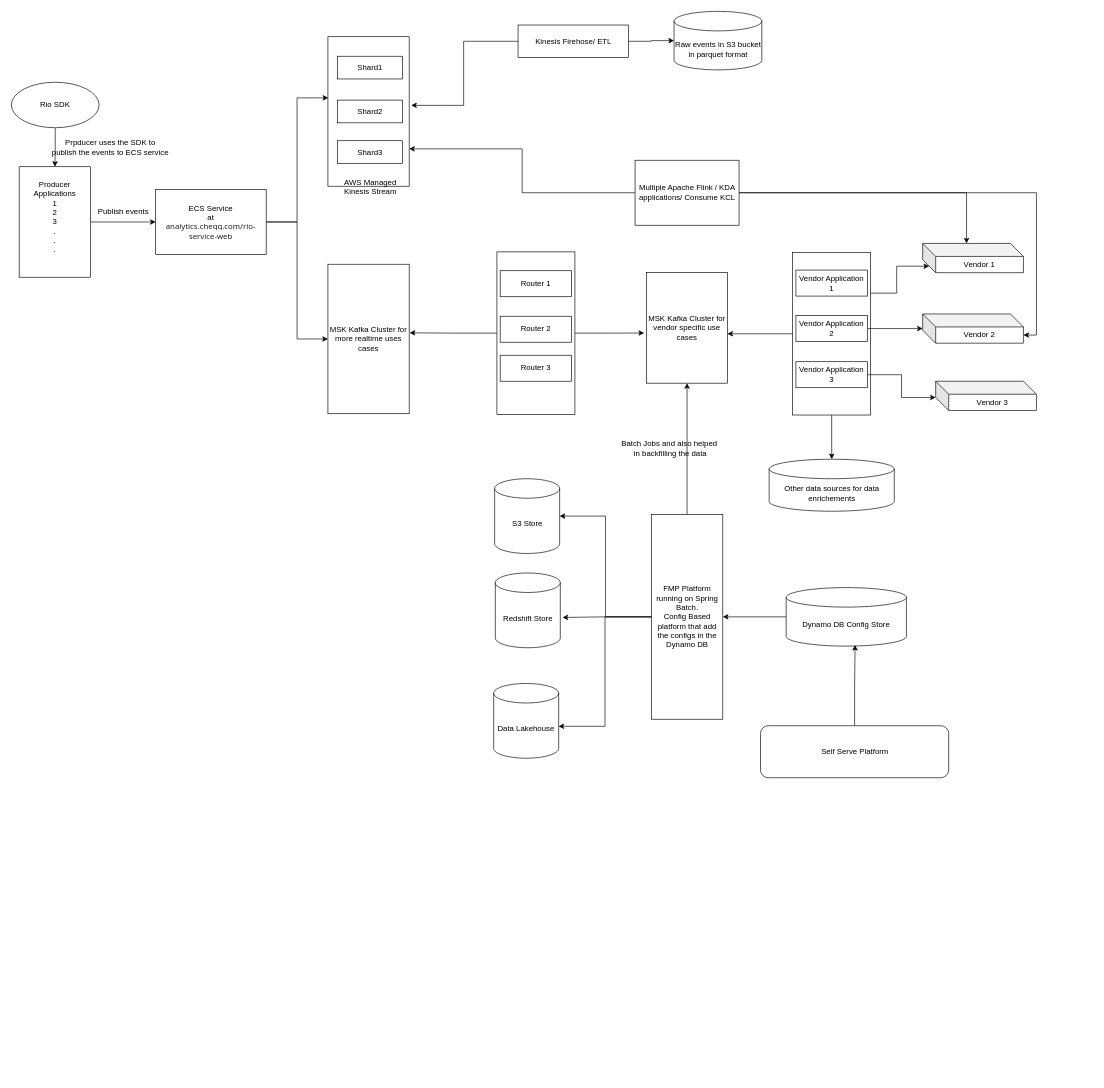
anshul1790/system-design-playground keeps this draw.io diagram as WebsiteActivityTrackingSystem.drawio. Above is the earlier version. Source tidied: cells renumbered, new cells numbered last; positions are measured from the earlier drawing's top-left corner, leaving out a move shared by most shapes. Both pictures are drawn from the tidied source at 65%, with x=0, y=0 at pixel (11, 11).
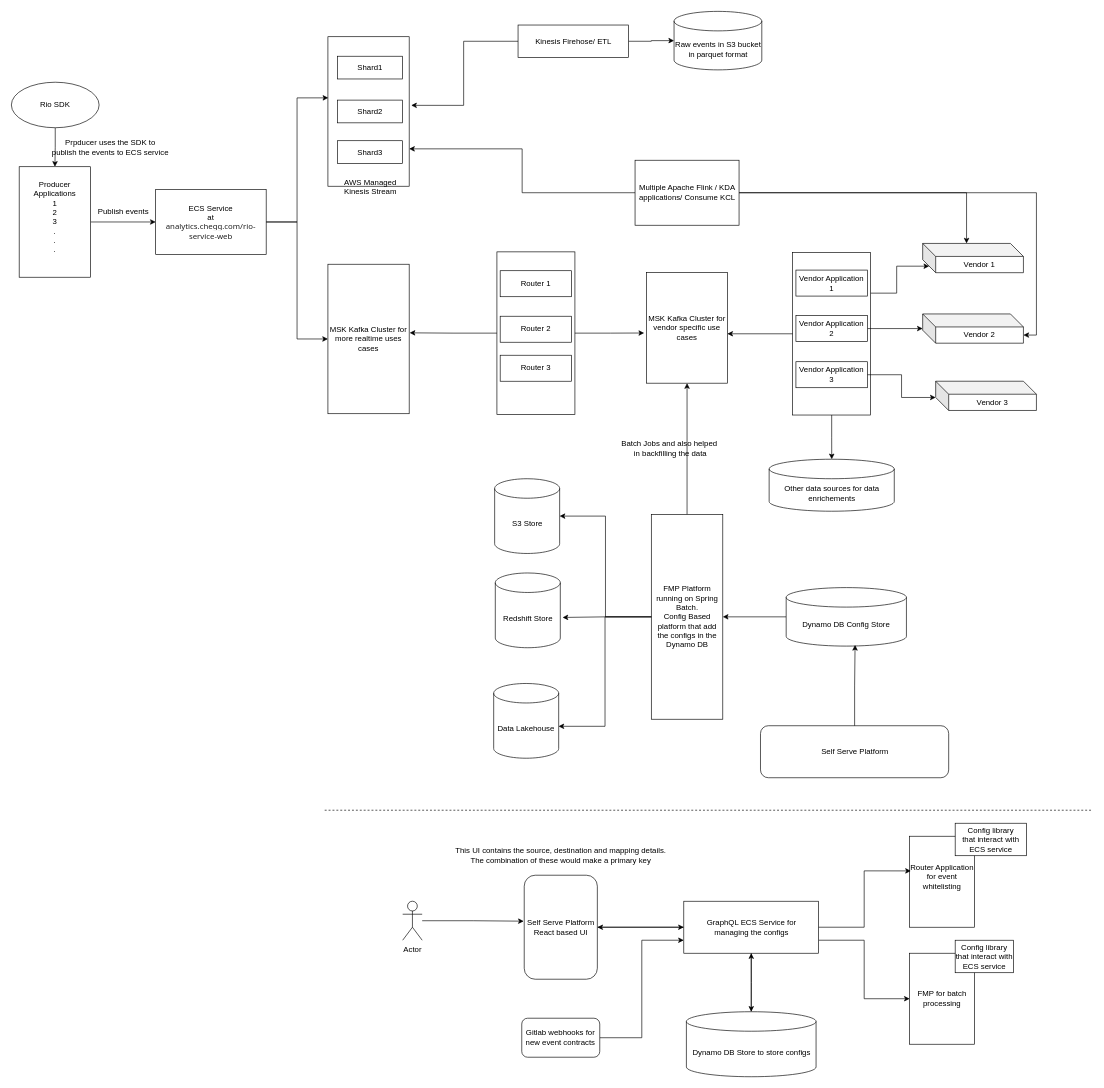
The same page after the edit.

The edit, as a diff of the source:
```diff
@@
+    <mxCell id="58" style="endArrow=none;dashed=1;html=1;rounded=0;" parent="1" edge="1">
+      <mxGeometry relative="1" as="geometry">
+        <mxPoint x="482" y="1229" as="sourcePoint" />
+        <mxPoint x="1662" y="1229" as="targetPoint" />
+      </mxGeometry>
+    </mxCell>
+    <mxCell id="59" value="Actor" style="shape=umlActor;verticalLabelPosition=bottom;verticalAlign=top;html=1;outlineConnect=0;" parent="1" vertex="1">
+      <mxGeometry x="602" y="1369" width="30" height="60" as="geometry" />
+    </mxCell>
+    <mxCell id="60" style="edgeStyle=orthogonalEdgeStyle;rounded=0;jettySize=auto;html=1;entryX=0;entryY=0.5;entryDx=0;entryDy=0;" parent="1" edge="1" source="61" target="64">
+      <mxGeometry relative="1" as="geometry" />
+    </mxCell>
+    <mxCell id="61" value="Self Serve Platform&lt;div&gt;React based UI&lt;/div&gt;" style="rounded=1;whiteSpace=wrap;html=1;" parent="1" vertex="1">
+      <mxGeometry x="789" y="1329" width="112.5" height="160" as="geometry" />
+    </mxCell>
+    <mxCell id="62" style="edgeStyle=orthogonalEdgeStyle;rounded=0;jettySize=auto;html=1;entryX=1;entryY=0.5;entryDx=0;entryDy=0;" parent="1" edge="1" source="64" target="61">
+      <mxGeometry relative="1" as="geometry" />
+    </mxCell>
+    <mxCell id="63" style="edgeStyle=orthogonalEdgeStyle;rounded=0;jettySize=auto;html=1;exitX=1;exitY=0.75;exitDx=0;exitDy=0;entryX=0;entryY=0.5;entryDx=0;entryDy=0;" parent="1" edge="1" source="64" target="70">
+      <mxGeometry relative="1" as="geometry" />
+    </mxCell>
+    <mxCell id="64" value="GraphQL ECS Service for&lt;div&gt;managing the configs&lt;/div&gt;" style="rounded=0;whiteSpace=wrap;html=1;" parent="1" vertex="1">
+      <mxGeometry x="1034.5" y="1369" width="207.5" height="80" as="geometry" />
+    </mxCell>
+    <mxCell id="65" style="edgeStyle=orthogonalEdgeStyle;rounded=0;jettySize=auto;html=1;entryX=0.5;entryY=1;entryDx=0;entryDy=0;" parent="1" edge="1" source="66" target="64">
+      <mxGeometry relative="1" as="geometry" />
+    </mxCell>
+    <mxCell id="66" value="Dynamo DB Store to store configs" style="shape=cylinder3;whiteSpace=wrap;html=1;boundedLbl=1;backgroundOutline=1;size=15;" parent="1" vertex="1">
+      <mxGeometry x="1038.5" y="1539" width="199.5" height="100" as="geometry" />
+    </mxCell>
+    <mxCell id="67" style="edgeStyle=orthogonalEdgeStyle;rounded=0;jettySize=auto;html=1;entryX=-0.007;entryY=0.442;entryDx=0;entryDy=0;entryPerimeter=0;" parent="1" edge="1" source="59" target="61">
+      <mxGeometry relative="1" as="geometry" />
+    </mxCell>
+    <mxCell id="68" style="edgeStyle=orthogonalEdgeStyle;rounded=0;jettySize=auto;html=1;entryX=0.5;entryY=0;entryDx=0;entryDy=0;entryPerimeter=0;" parent="1" edge="1" source="64" target="66">
+      <mxGeometry relative="1" as="geometry" />
+    </mxCell>
+    <mxCell id="69" value="Router Application&lt;div&gt;for event whitelisting&lt;br&gt;&lt;div&gt;&lt;br&gt;&lt;/div&gt;&lt;/div&gt;" style="rounded=0;whiteSpace=wrap;html=1;" parent="1" vertex="1">
+      <mxGeometry x="1382" y="1269" width="100" height="140" as="geometry" />
+    </mxCell>
+    <mxCell id="70" value="FMP for batch processing" style="rounded=0;whiteSpace=wrap;html=1;" parent="1" vertex="1">
+      <mxGeometry x="1382" y="1449" width="100" height="140" as="geometry" />
+    </mxCell>
+    <mxCell id="71" style="edgeStyle=orthogonalEdgeStyle;rounded=0;jettySize=auto;html=1;entryX=0.018;entryY=0.381;entryDx=0;entryDy=0;entryPerimeter=0;" parent="1" edge="1" source="64" target="69">
+      <mxGeometry relative="1" as="geometry" />
+    </mxCell>
+    <mxCell id="72" value="Config library&lt;div&gt;that interact with ECS service&lt;/div&gt;" style="rounded=0;whiteSpace=wrap;html=1;" parent="1" vertex="1">
+      <mxGeometry x="1452" y="1249" width="110" height="50" as="geometry" />
+    </mxCell>
+    <mxCell id="73" value="Config library&lt;div&gt;that interact with ECS service&lt;/div&gt;" style="rounded=0;whiteSpace=wrap;html=1;" parent="1" vertex="1">
+      <mxGeometry x="1452" y="1429" width="90" height="50" as="geometry" />
+    </mxCell>
+    <mxCell id="74" style="edgeStyle=orthogonalEdgeStyle;rounded=0;jettySize=auto;html=1;entryX=0;entryY=0.75;entryDx=0;entryDy=0;" parent="1" edge="1" source="75" target="64">
+      <mxGeometry relative="1" as="geometry" />
+    </mxCell>
+    <mxCell id="75" value="Gitlab webhooks for new event contracts" style="rounded=1;whiteSpace=wrap;html=1;" parent="1" vertex="1">
+      <mxGeometry x="785.2" y="1549" width="120" height="60" as="geometry" />
+    </mxCell>
+    <mxCell id="76" value="This UI contains the source, destination and mapping details.&lt;div&gt;The combination of these would make a primary key&lt;/div&gt;" style="text;html=1;align=center;verticalAlign=middle;strokeColor=none;fillColor=none;" parent="1" vertex="1">
+      <mxGeometry x="669.5" y="1279" width="350" height="40" as="geometry" />
+    </mxCell>
```
